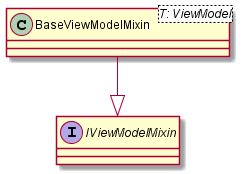
Above: docs/articles/Interface/ViewModelMixin.png in BUTR/Bannerlord.UIExtenderEx (PlantUML), before the change.
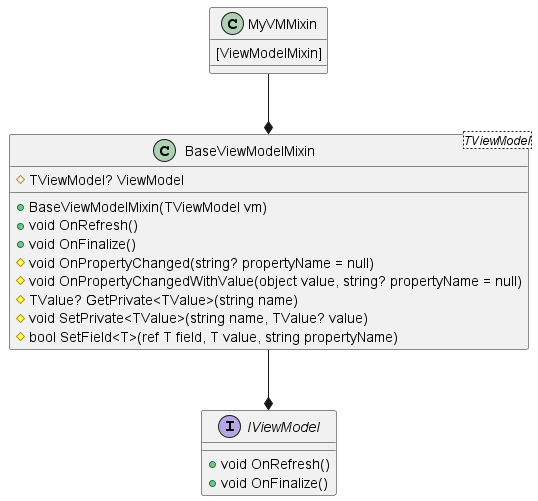
After the change.

The edit, as a diff of the source:
```diff
@@ -1,12 +1,25 @@
 @startuml
-class BaseViewModelMixin<T: ViewModel> {
 
+MyVMMixin --* BaseViewModelMixin
+BaseViewModelMixin --* IViewModel
+
+class MyVMMixin {
+[ViewModelMixin]
+}
+class BaseViewModelMixin<TViewModel> {
+# TViewModel? ViewModel
++ BaseViewModelMixin(TViewModel vm)
++ void OnRefresh()
++ void OnFinalize()
+# void OnPropertyChanged(string? propertyName = null)
+# void OnPropertyChangedWithValue(object value, string? propertyName = null)
+# TValue? GetPrivate<TValue>(string name)
+# void SetPrivate<TValue>(string name, TValue? value)
+# bool SetField<T>(ref T field, T value, string propertyName)
+}
+interface IViewModel {
++ void OnRefresh()
++ void OnFinalize()
 }
 
-interface IViewModelMixin {
-
-}
-
-BaseViewModelMixin --|> IViewModelMixin
-
 @enduml
```
